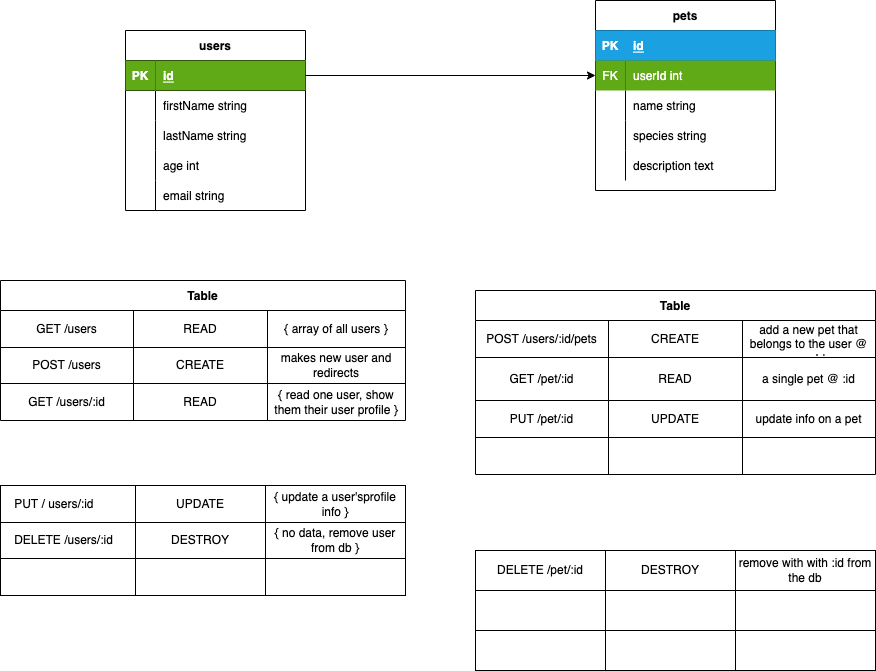
The draw.io diagram erd.drawio.png in ga-sei-lessons/1114-sequelize-intrro, before a commit. Source tidied: cells renumbered, new cells last; positions are measured from the earlier drawing's top-left corner, leaving out a move shared by most shapes.
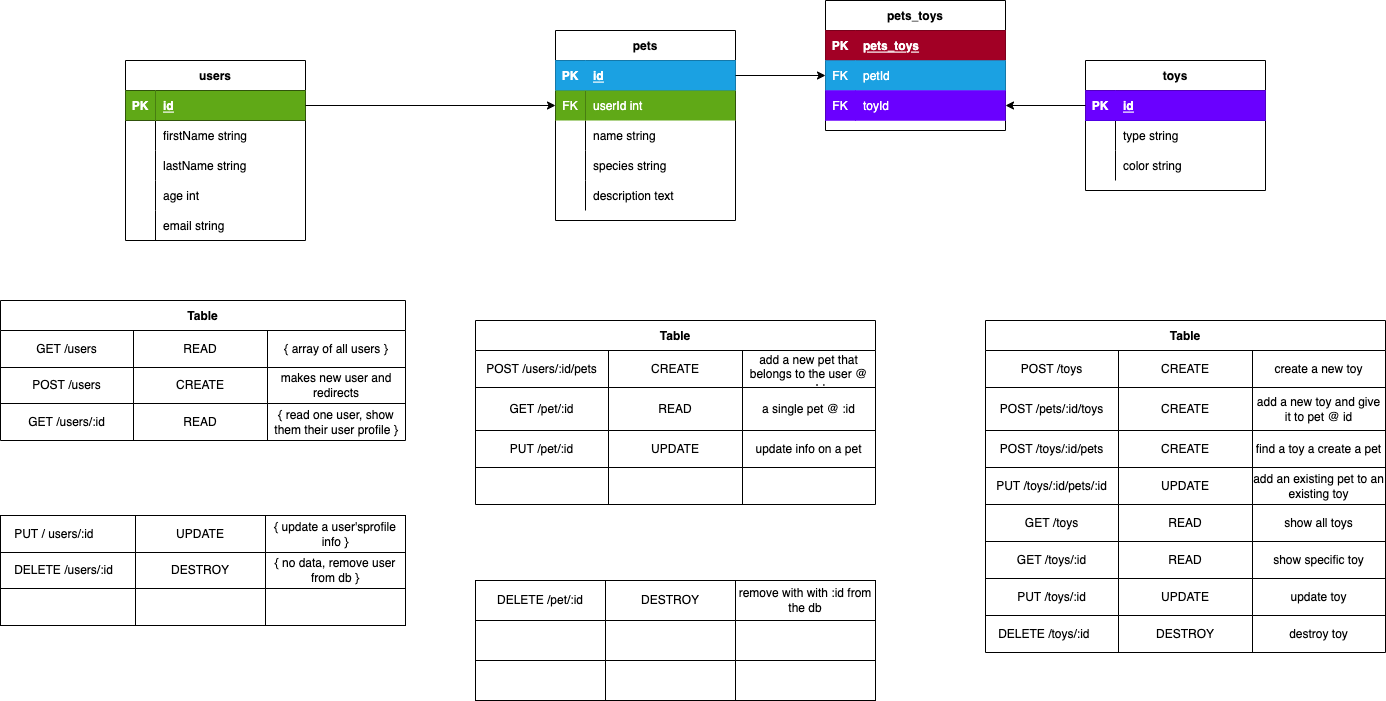
The same file after the commit.

Diff of the diagram source:
```diff
@@ -51,7 +51,7 @@
       <mxGeometry x="30" width="150" height="30" as="geometry" />
     </mxCell>
     <mxCell id="18" value="pets" style="shape=table;startSize=30;rowLines=0;fontStyle=1;align=center;" parent="1" vertex="1">
-      <mxGeometry x="595" width="180" height="190" as="geometry" />
+      <mxGeometry x="555" width="180" height="190" as="geometry" />
     </mxCell>
     <mxCell id="19" style="shape=partialRectangle;fillColor=#1ba1e2;top=0;left=0;bottom=1;right=0;points=[[0,0.5],[1,0.5]];portConstraint=eastwest;fontColor=#ffffff;strokeColor=#006EAF;" parent="18" vertex="1">
       <mxGeometry y="30" width="180" height="30" as="geometry" />
@@ -102,7 +102,7 @@
       <mxGeometry relative="1" as="geometry" />
     </mxCell>
     <mxCell id="35" value="Table" style="shape=table;startSize=30;fontStyle=1;align=center;" parent="1" vertex="1">
-      <mxGeometry y="280" width="405" height="140" as="geometry" />
+      <mxGeometry y="270" width="405" height="140" as="geometry" />
     </mxCell>
     <mxCell id="36" style="shape=partialRectangle;html=1;whiteSpace=wrap;fillColor=none;top=0;left=0;bottom=0;right=0;" parent="35" vertex="1">
       <mxGeometry y="30" width="405" height="37" as="geometry" />
@@ -269,5 +269,170 @@
     <mxCell id="90" style="shape=partialRectangle;html=1;whiteSpace=wrap;fillColor=none;top=0;left=0;bottom=0;right=0;overflow=hidden;" parent="87" vertex="1">
       <mxGeometry x="260" width="140" height="40" as="geometry" />
     </mxCell>
+    <mxCell id="91" value="toys" style="shape=table;startSize=30;rowLines=0;fontStyle=1;align=center;" parent="1" vertex="1">
+      <mxGeometry x="1085" y="30" width="180" height="130" as="geometry" />
+    </mxCell>
+    <mxCell id="92" style="shape=partialRectangle;fillColor=#6a00ff;top=0;left=0;bottom=1;right=0;points=[[0,0.5],[1,0.5]];portConstraint=eastwest;fontColor=#ffffff;strokeColor=#3700CC;" parent="91" vertex="1">
+      <mxGeometry y="30" width="180" height="30" as="geometry" />
+    </mxCell>
+    <mxCell id="93" value="PK" style="shape=partialRectangle;fillColor=#6a00ff;top=0;left=0;bottom=0;right=0;fontStyle=1;overflow=hidden;fontColor=#ffffff;strokeColor=#3700CC;" parent="92" vertex="1">
+      <mxGeometry width="30" height="30" as="geometry" />
+    </mxCell>
+    <mxCell id="94" value="id" style="shape=partialRectangle;fillColor=#6a00ff;top=0;left=0;bottom=0;right=0;align=left;spacingLeft=6;fontStyle=5;overflow=hidden;fontColor=#ffffff;strokeColor=#3700CC;" parent="92" vertex="1">
+      <mxGeometry x="30" width="150" height="30" as="geometry" />
+    </mxCell>
+    <mxCell id="95" style="shape=partialRectangle;fillColor=none;top=0;left=0;bottom=0;right=0;" parent="91" vertex="1">
+      <mxGeometry y="60" width="180" height="30" as="geometry" />
+    </mxCell>
+    <mxCell id="96" style="shape=partialRectangle;fillColor=none;top=0;left=0;bottom=0;right=0;overflow=hidden;" parent="95" vertex="1">
+      <mxGeometry width="30" height="30" as="geometry" />
+    </mxCell>
+    <mxCell id="97" value="type string" style="shape=partialRectangle;fillColor=none;top=0;left=0;bottom=0;right=0;align=left;spacingLeft=6;overflow=hidden;" parent="95" vertex="1">
+      <mxGeometry x="30" width="150" height="30" as="geometry" />
+    </mxCell>
+    <mxCell id="98" style="shape=partialRectangle;fillColor=none;top=0;left=0;bottom=0;right=0;" parent="91" vertex="1">
+      <mxGeometry y="90" width="180" height="30" as="geometry" />
+    </mxCell>
+    <mxCell id="99" style="shape=partialRectangle;fillColor=none;top=0;left=0;bottom=0;right=0;overflow=hidden;" parent="98" vertex="1">
+      <mxGeometry width="30" height="30" as="geometry" />
+    </mxCell>
+    <mxCell id="100" value="color string" style="shape=partialRectangle;fillColor=none;top=0;left=0;bottom=0;right=0;align=left;spacingLeft=6;overflow=hidden;" parent="98" vertex="1">
+      <mxGeometry x="30" width="150" height="30" as="geometry" />
+    </mxCell>
+    <mxCell id="101" value="pets_toys" style="shape=table;startSize=30;rowLines=0;fontStyle=1;align=center;" parent="1" vertex="1">
+      <mxGeometry x="825" y="-30" width="180" height="130" as="geometry" />
+    </mxCell>
+    <mxCell id="102" style="shape=partialRectangle;fillColor=#a20025;top=0;left=0;bottom=1;right=0;fontColor=#ffffff;strokeColor=#6F0000;" parent="101" vertex="1">
+      <mxGeometry y="30" width="180" height="30" as="geometry" />
+    </mxCell>
+    <mxCell id="103" value="PK" style="shape=partialRectangle;fillColor=#a20025;top=0;left=0;bottom=0;right=0;fontStyle=1;overflow=hidden;fontColor=#ffffff;strokeColor=#6F0000;" parent="102" vertex="1">
+      <mxGeometry width="30" height="30" as="geometry" />
+    </mxCell>
+    <mxCell id="104" value="pets_toys" style="shape=partialRectangle;fillColor=#a20025;top=0;left=0;bottom=0;right=0;align=left;spacingLeft=6;fontStyle=5;overflow=hidden;fontColor=#ffffff;strokeColor=#6F0000;" parent="102" vertex="1">
+      <mxGeometry x="30" width="150" height="30" as="geometry" />
+    </mxCell>
+    <mxCell id="105" style="shape=partialRectangle;fillColor=#1ba1e2;top=0;left=0;bottom=0;right=0;points=[[0,0.5],[1,0.5]];portConstraint=eastwest;fontColor=#ffffff;strokeColor=#006EAF;" parent="101" vertex="1">
+      <mxGeometry y="60" width="180" height="30" as="geometry" />
+    </mxCell>
+    <mxCell id="106" value="FK" style="shape=partialRectangle;fillColor=#1ba1e2;top=0;left=0;bottom=0;right=0;fontStyle=0;overflow=hidden;fontColor=#ffffff;strokeColor=#006EAF;" parent="105" vertex="1">
+      <mxGeometry width="30" height="30" as="geometry" />
+    </mxCell>
+    <mxCell id="107" value="petId" style="shape=partialRectangle;fillColor=#1ba1e2;top=0;left=0;bottom=0;right=0;align=left;spacingLeft=6;fontStyle=0;overflow=hidden;fontColor=#ffffff;strokeColor=#006EAF;" parent="105" vertex="1">
+      <mxGeometry x="30" width="150" height="30" as="geometry" />
+    </mxCell>
+    <mxCell id="108" style="shape=partialRectangle;fillColor=#6a00ff;top=0;left=0;bottom=0;right=0;points=[[0,0.5],[1,0.5]];portConstraint=eastwest;fontColor=#ffffff;strokeColor=#3700CC;" parent="101" vertex="1">
+      <mxGeometry y="90" width="180" height="30" as="geometry" />
+    </mxCell>
+    <mxCell id="109" value="FK" style="shape=partialRectangle;fillColor=#6a00ff;top=0;left=0;bottom=0;right=0;fontStyle=0;overflow=hidden;fontColor=#ffffff;strokeColor=#3700CC;" parent="108" vertex="1">
+      <mxGeometry width="30" height="30" as="geometry" />
+    </mxCell>
+    <mxCell id="110" value="toyId" style="shape=partialRectangle;fillColor=#6a00ff;top=0;left=0;bottom=0;right=0;align=left;spacingLeft=6;fontStyle=0;overflow=hidden;fontColor=#ffffff;strokeColor=#3700CC;" parent="108" vertex="1">
+      <mxGeometry x="30" width="150" height="30" as="geometry" />
+    </mxCell>
+    <mxCell id="111" style="edgeStyle=none;html=1;exitX=1;exitY=0.5;exitDx=0;exitDy=0;entryX=0;entryY=0.5;entryDx=0;entryDy=0;" parent="1" edge="1" source="19" target="105">
+      <mxGeometry relative="1" as="geometry" />
+    </mxCell>
+    <mxCell id="112" style="edgeStyle=none;html=1;exitX=0;exitY=0.5;exitDx=0;exitDy=0;entryX=1;entryY=0.5;entryDx=0;entryDy=0;" parent="1" edge="1" source="92" target="108">
+      <mxGeometry relative="1" as="geometry" />
+    </mxCell>
+    <mxCell id="113" value="Table" style="shape=table;startSize=30;fontStyle=1;align=center;" parent="1" vertex="1">
+      <mxGeometry x="985" y="290" width="400" height="332" as="geometry" />
+    </mxCell>
+    <mxCell id="114" style="shape=partialRectangle;html=1;whiteSpace=wrap;fillColor=none;top=0;left=0;bottom=0;right=0;" parent="113" vertex="1">
+      <mxGeometry y="30" width="400" height="37" as="geometry" />
+    </mxCell>
+    <mxCell id="115" value="POST /toys" style="shape=partialRectangle;html=1;whiteSpace=wrap;fillColor=none;top=0;left=0;bottom=0;right=0;overflow=hidden;" parent="114" vertex="1">
+      <mxGeometry width="133" height="37" as="geometry" />
+    </mxCell>
+    <mxCell id="116" value="CREATE" style="shape=partialRectangle;html=1;whiteSpace=wrap;fillColor=none;top=0;left=0;bottom=0;right=0;overflow=hidden;" parent="114" vertex="1">
+      <mxGeometry x="133" width="134" height="37" as="geometry" />
+    </mxCell>
+    <mxCell id="117" value="create a new toy" style="shape=partialRectangle;html=1;whiteSpace=wrap;fillColor=none;top=0;left=0;bottom=0;right=0;overflow=hidden;" parent="114" vertex="1">
+      <mxGeometry x="267" width="133" height="37" as="geometry" />
+    </mxCell>
+    <mxCell id="118" style="shape=partialRectangle;html=1;whiteSpace=wrap;fillColor=none;top=0;left=0;bottom=0;right=0;" parent="113" vertex="1">
+      <mxGeometry y="67" width="400" height="43" as="geometry" />
+    </mxCell>
+    <mxCell id="119" value="POST /pets/:id/toys" style="shape=partialRectangle;html=1;whiteSpace=wrap;fillColor=none;top=0;left=0;bottom=0;right=0;overflow=hidden;" parent="118" vertex="1">
+      <mxGeometry width="133" height="43" as="geometry" />
+    </mxCell>
+    <mxCell id="120" value="CREATE" style="shape=partialRectangle;html=1;whiteSpace=wrap;fillColor=none;top=0;left=0;bottom=0;right=0;overflow=hidden;" parent="118" vertex="1">
+      <mxGeometry x="133" width="134" height="43" as="geometry" />
+    </mxCell>
+    <mxCell id="121" value="add a new toy and give it to pet @ id" style="shape=partialRectangle;html=1;whiteSpace=wrap;fillColor=none;top=0;left=0;bottom=0;right=0;overflow=hidden;" parent="118" vertex="1">
+      <mxGeometry x="267" width="133" height="43" as="geometry" />
+    </mxCell>
+    <mxCell id="122" style="shape=partialRectangle;html=1;whiteSpace=wrap;fillColor=none;top=0;left=0;bottom=0;right=0;" parent="113" vertex="1">
+      <mxGeometry y="110" width="400" height="37" as="geometry" />
+    </mxCell>
+    <mxCell id="123" value="POST /toys/:id/pets" style="shape=partialRectangle;html=1;whiteSpace=wrap;fillColor=none;top=0;left=0;bottom=0;right=0;overflow=hidden;" parent="122" vertex="1">
+      <mxGeometry width="133" height="37" as="geometry" />
+    </mxCell>
+    <mxCell id="124" value="CREATE" style="shape=partialRectangle;html=1;whiteSpace=wrap;fillColor=none;top=0;left=0;bottom=0;right=0;overflow=hidden;" parent="122" vertex="1">
+      <mxGeometry x="133" width="134" height="37" as="geometry" />
+    </mxCell>
+    <mxCell id="125" value="find a toy a create a pet" style="shape=partialRectangle;html=1;whiteSpace=wrap;fillColor=none;top=0;left=0;bottom=0;right=0;overflow=hidden;" parent="122" vertex="1">
+      <mxGeometry x="267" width="133" height="37" as="geometry" />
+    </mxCell>
+    <mxCell id="126" style="shape=partialRectangle;html=1;whiteSpace=wrap;fillColor=none;top=0;left=0;bottom=0;right=0;" parent="113" vertex="1">
+      <mxGeometry y="147" width="400" height="37" as="geometry" />
+    </mxCell>
+    <mxCell id="127" value="PUT /toys/:id/pets/:id" style="shape=partialRectangle;html=1;whiteSpace=wrap;fillColor=none;top=0;left=0;bottom=0;right=0;overflow=hidden;" parent="126" vertex="1">
+      <mxGeometry width="133" height="37" as="geometry" />
+    </mxCell>
+    <mxCell id="128" value="UPDATE" style="shape=partialRectangle;html=1;whiteSpace=wrap;fillColor=none;top=0;left=0;bottom=0;right=0;overflow=hidden;" parent="126" vertex="1">
+      <mxGeometry x="133" width="134" height="37" as="geometry" />
+    </mxCell>
+    <mxCell id="129" value="add an existing pet to an existing toy" style="shape=partialRectangle;html=1;whiteSpace=wrap;fillColor=none;top=0;left=0;bottom=0;right=0;overflow=hidden;" parent="126" vertex="1">
+      <mxGeometry x="267" width="133" height="37" as="geometry" />
+    </mxCell>
+    <mxCell id="130" style="shape=partialRectangle;html=1;whiteSpace=wrap;fillColor=none;top=0;left=0;bottom=0;right=0;" parent="113" vertex="1">
+      <mxGeometry y="184" width="400" height="37" as="geometry" />
+    </mxCell>
+    <mxCell id="131" value="GET /toys" style="shape=partialRectangle;html=1;whiteSpace=wrap;fillColor=none;top=0;left=0;bottom=0;right=0;overflow=hidden;" parent="130" vertex="1">
+      <mxGeometry width="133" height="37" as="geometry" />
+    </mxCell>
+    <mxCell id="132" value="READ" style="shape=partialRectangle;html=1;whiteSpace=wrap;fillColor=none;top=0;left=0;bottom=0;right=0;overflow=hidden;" parent="130" vertex="1">
+      <mxGeometry x="133" width="134" height="37" as="geometry" />
+    </mxCell>
+    <mxCell id="133" value="show all toys" style="shape=partialRectangle;html=1;whiteSpace=wrap;fillColor=none;top=0;left=0;bottom=0;right=0;overflow=hidden;" parent="130" vertex="1">
+      <mxGeometry x="267" width="133" height="37" as="geometry" />
+    </mxCell>
+    <mxCell id="134" style="shape=partialRectangle;html=1;whiteSpace=wrap;fillColor=none;top=0;left=0;bottom=0;right=0;" parent="113" vertex="1">
+      <mxGeometry y="221" width="400" height="37" as="geometry" />
+    </mxCell>
+    <mxCell id="135" value="GET /toys/:id" style="shape=partialRectangle;html=1;whiteSpace=wrap;fillColor=none;top=0;left=0;bottom=0;right=0;overflow=hidden;" parent="134" vertex="1">
+      <mxGeometry width="133" height="37" as="geometry" />
+    </mxCell>
+    <mxCell id="136" value="READ" style="shape=partialRectangle;html=1;whiteSpace=wrap;fillColor=none;top=0;left=0;bottom=0;right=0;overflow=hidden;" parent="134" vertex="1">
+      <mxGeometry x="133" width="134" height="37" as="geometry" />
+    </mxCell>
+    <mxCell id="137" value="show specific toy" style="shape=partialRectangle;html=1;whiteSpace=wrap;fillColor=none;top=0;left=0;bottom=0;right=0;overflow=hidden;" parent="134" vertex="1">
+      <mxGeometry x="267" width="133" height="37" as="geometry" />
+    </mxCell>
+    <mxCell id="138" style="shape=partialRectangle;html=1;whiteSpace=wrap;fillColor=none;top=0;left=0;bottom=0;right=0;" parent="113" vertex="1">
+      <mxGeometry y="258" width="400" height="37" as="geometry" />
+    </mxCell>
+    <mxCell id="139" value="PUT /toys/:id" style="shape=partialRectangle;html=1;whiteSpace=wrap;fillColor=none;top=0;left=0;bottom=0;right=0;overflow=hidden;" parent="138" vertex="1">
+      <mxGeometry width="133" height="37" as="geometry" />
+    </mxCell>
+    <mxCell id="140" value="UPDATE" style="shape=partialRectangle;html=1;whiteSpace=wrap;fillColor=none;top=0;left=0;bottom=0;right=0;overflow=hidden;" parent="138" vertex="1">
+      <mxGeometry x="133" width="134" height="37" as="geometry" />
+    </mxCell>
+    <mxCell id="141" value="update toy" style="shape=partialRectangle;html=1;whiteSpace=wrap;fillColor=none;top=0;left=0;bottom=0;right=0;overflow=hidden;" parent="138" vertex="1">
+      <mxGeometry x="267" width="133" height="37" as="geometry" />
+    </mxCell>
+    <mxCell id="142" style="shape=partialRectangle;html=1;whiteSpace=wrap;fillColor=none;top=0;left=0;bottom=0;right=0;" parent="113" vertex="1">
+      <mxGeometry y="295" width="400" height="37" as="geometry" />
+    </mxCell>
+    <mxCell id="143" value="DELETE /toys/:id&lt;span style=&quot;white-space: pre&quot;&gt;&#9;&lt;/span&gt;" style="shape=partialRectangle;html=1;whiteSpace=wrap;fillColor=none;top=0;left=0;bottom=0;right=0;overflow=hidden;" parent="142" vertex="1">
+      <mxGeometry width="133" height="37" as="geometry" />
+    </mxCell>
+    <mxCell id="144" value="DESTROY" style="shape=partialRectangle;html=1;whiteSpace=wrap;fillColor=none;top=0;left=0;bottom=0;right=0;overflow=hidden;" parent="142" vertex="1">
+      <mxGeometry x="133" width="134" height="37" as="geometry" />
+    </mxCell>
+    <mxCell id="145" value="destroy toy" style="shape=partialRectangle;html=1;whiteSpace=wrap;fillColor=none;top=0;left=0;bottom=0;right=0;overflow=hidden;" parent="142" vertex="1">
+      <mxGeometry x="267" width="133" height="37" as="geometry" />
+    </mxCell>
   </root>
 </mxGraphModel>
```
